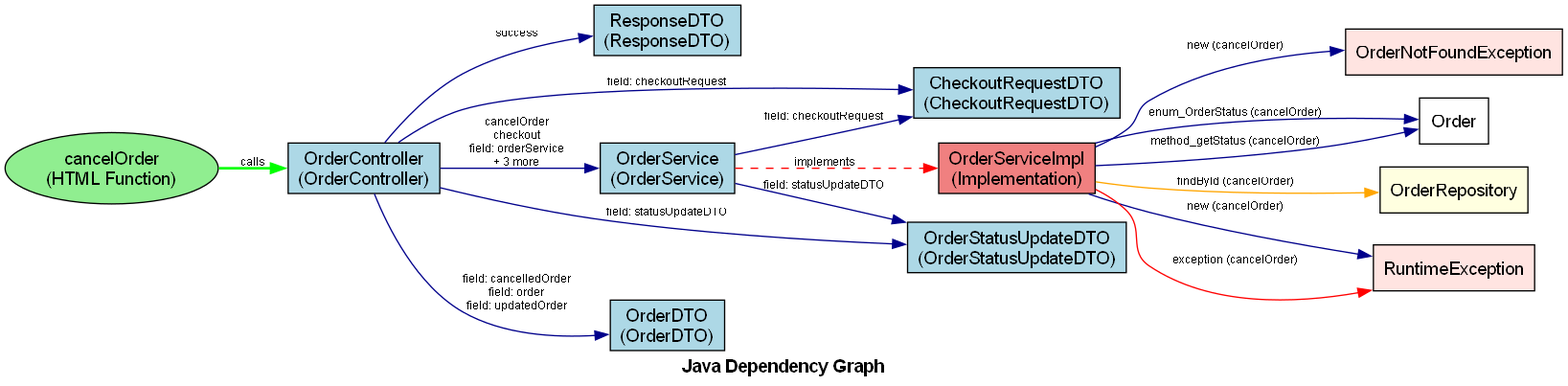
Earlier version of the Graphviz export dependencies.png (tudao164/DependGraphForJava2). Its source is kept beside it as dependencies.dot.
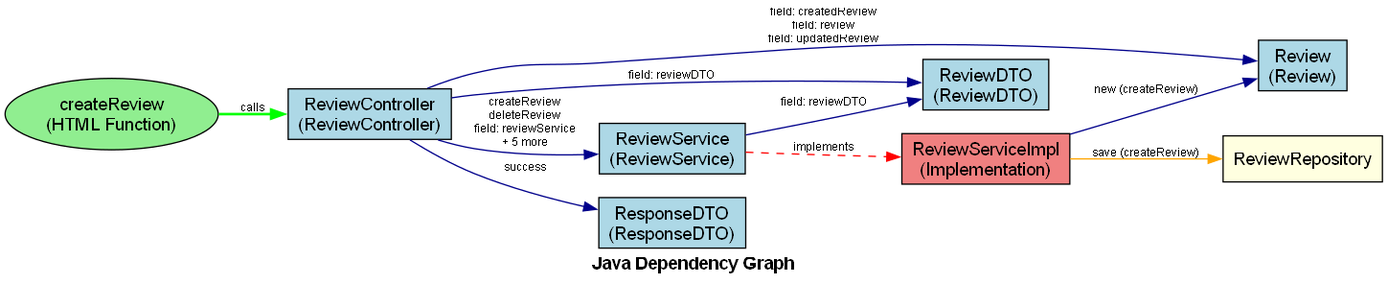
The same file after the commit.

The edit, as a diff of the source:
```diff
@@ -4,37 +4,25 @@
     edge [fontname="Arial", fontsize=9, color=darkblue];
     graph [fontname="Arial Bold", fontsize=14, label="Java Dependency Graph"];
 
-    "OrderController" [label="OrderController\n(OrderController)", URL="javascript:showNodeInfo('OrderController')", fillcolor="lightblue"];
+    "Review" [label="Review\n(Review)", URL="javascript:showNodeInfo('Review')", fillcolor="lightblue"];
+    "ReviewDTO" [label="ReviewDTO\n(ReviewDTO)", URL="javascript:showNodeInfo('ReviewDTO')", fillcolor="lightblue"];
+    "ReviewService" [label="ReviewService\n(ReviewService)", URL="javascript:showNodeInfo('ReviewService')", fillcolor="lightblue"];
     "ResponseDTO" [label="ResponseDTO\n(ResponseDTO)", URL="javascript:showNodeInfo('ResponseDTO')", fillcolor="lightblue"];
-    "OrderService" [label="OrderService\n(OrderService)", URL="javascript:showNodeInfo('OrderService')", fillcolor="lightblue"];
-    "CheckoutRequestDTO" [label="CheckoutRequestDTO\n(CheckoutRequestDTO)", URL="javascript:showNodeInfo('CheckoutRequestDTO')", fillcolor="lightblue"];
-    "OrderDTO" [label="OrderDTO\n(OrderDTO)", URL="javascript:showNodeInfo('OrderDTO')", fillcolor="lightblue"];
-    "OrderStatusUpdateDTO" [label="OrderStatusUpdateDTO\n(OrderStatusUpdateDTO)", URL="javascript:showNodeInfo('OrderStatusUpdateDTO')", fillcolor="lightblue"];
+    "ReviewController" [label="ReviewController\n(ReviewController)", URL="javascript:showNodeInfo('ReviewController')", fillcolor="lightblue"];
 
-    "OrderController" -> "ResponseDTO" [label="success", URL="javascript:showEdgeInfo('OrderController', 'ResponseDTO')"];
-    "OrderController" -> "OrderService" [label="cancelOrder\ncheckout\nfield: orderService\n+ 3 more", URL="javascript:showEdgeInfo('OrderController', 'OrderService')"];
-    "OrderController" -> "OrderDTO" [label="field: cancelledOrder\nfield: order\nfield: updatedOrder", URL="javascript:showEdgeInfo('OrderController', 'OrderDTO')"];
-    "OrderController" -> "CheckoutRequestDTO" [label="field: checkoutRequest", URL="javascript:showEdgeInfo('OrderController', 'CheckoutRequestDTO')"];
-    "OrderController" -> "OrderStatusUpdateDTO" [label="field: statusUpdateDTO", URL="javascript:showEdgeInfo('OrderController', 'OrderStatusUpdateDTO')"];
-    "OrderService" -> "CheckoutRequestDTO" [label="field: checkoutRequest", URL="javascript:showEdgeInfo('OrderService', 'CheckoutRequestDTO')"];
-    "OrderService" -> "OrderStatusUpdateDTO" [label="field: statusUpdateDTO", URL="javascript:showEdgeInfo('OrderService', 'OrderStatusUpdateDTO')"];
+    "ReviewController" -> "ResponseDTO" [label="success", URL="javascript:showEdgeInfo('ReviewController', 'ResponseDTO')"];
+    "ReviewController" -> "ReviewService" [label="createReview\ndeleteReview\nfield: reviewService\n+ 5 more", URL="javascript:showEdgeInfo('ReviewController', 'ReviewService')"];
+    "ReviewController" -> "Review" [label="field: createdReview\nfield: review\nfield: updatedReview", URL="javascript:showEdgeInfo('ReviewController', 'Review')"];
+    "ReviewController" -> "ReviewDTO" [label="field: reviewDTO", URL="javascript:showEdgeInfo('ReviewController', 'ReviewDTO')"];
+    "ReviewService" -> "ReviewDTO" [label="field: reviewDTO", URL="javascript:showEdgeInfo('ReviewService', 'ReviewDTO')"];
 
-    "OrderServiceImpl" [label="OrderServiceImpl\n(Implementation)", URL="javascript:showNodeInfo('OrderServiceImpl')", fillcolor="lightcoral", shape="box"];
-    "OrderService" -> "OrderServiceImpl" [label="implements", URL="javascript:showEdgeInfo('OrderService', 'OrderServiceImpl')", color="red", style="dashed"];
+    "ReviewServiceImpl" [label="ReviewServiceImpl\n(Implementation)", URL="javascript:showNodeInfo('ReviewServiceImpl')", fillcolor="lightcoral", shape="box"];
+    "ReviewService" -> "ReviewServiceImpl" [label="implements", URL="javascript:showEdgeInfo('ReviewService', 'ReviewServiceImpl')", color="red", style="dashed"];
 
-    "OrderNotFoundException" [label="OrderNotFoundException", URL="javascript:showNodeInfo('OrderNotFoundException')", fillcolor="mistyrose", shape="box"];
-    "OrderServiceImpl" -> "OrderNotFoundException" [label="new (cancelOrder)", URL="javascript:showEdgeInfo('OrderServiceImpl', 'OrderNotFoundException')"];
-    "Order" [label="Order", URL="javascript:showNodeInfo('Order')", fillcolor="white", shape="box"];
-    "OrderServiceImpl" -> "Order" [label="enum_OrderStatus (cancelOrder)", URL="javascript:showEdgeInfo('OrderServiceImpl', 'Order')"];
-    "OrderRepository" [label="OrderRepository", URL="javascript:showNodeInfo('OrderRepository')", fillcolor="lightyellow", shape="box"];
-    "OrderServiceImpl" -> "OrderRepository" [label="findById (cancelOrder)", URL="javascript:showEdgeInfo('OrderServiceImpl', 'OrderRepository')", color="orange"];
-    "Order" [label="Order", URL="javascript:showNodeInfo('Order')", fillcolor="white", shape="box"];
-    "OrderServiceImpl" -> "Order" [label="method_getStatus (cancelOrder)", URL="javascript:showEdgeInfo('OrderServiceImpl', 'Order')"];
-    "RuntimeException" [label="RuntimeException", URL="javascript:showNodeInfo('RuntimeException')", fillcolor="mistyrose", shape="box"];
-    "OrderServiceImpl" -> "RuntimeException" [label="new (cancelOrder)", URL="javascript:showEdgeInfo('OrderServiceImpl', 'RuntimeException')"];
-    "RuntimeException" [label="RuntimeException", URL="javascript:showNodeInfo('RuntimeException')", fillcolor="mistyrose", shape="box"];
-    "OrderServiceImpl" -> "RuntimeException" [label="exception (cancelOrder)", URL="javascript:showEdgeInfo('OrderServiceImpl', 'RuntimeException')", color="red"];
+    "ReviewServiceImpl" -> "Review" [label="new (createReview)", URL="javascript:showEdgeInfo('ReviewServiceImpl', 'Review')"];
+    "ReviewRepository" [label="ReviewRepository", URL="javascript:showNodeInfo('ReviewRepository')", fillcolor="lightyellow", shape="box"];
+    "ReviewServiceImpl" -> "ReviewRepository" [label="save (createReview)", URL="javascript:showEdgeInfo('ReviewServiceImpl', 'ReviewRepository')", color="orange"];
 
-    "HTML_cancelOrder" [label="cancelOrder\n(HTML Function)", URL="javascript:showNodeInfo('HTML_cancelOrder')", fillcolor="lightgreen", shape="ellipse"];
-    "HTML_cancelOrder" -> "OrderController" [label="calls", URL="javascript:showEdgeInfo('HTML_cancelOrder', 'OrderController')", color="green", style="bold"];
+    "HTML_createReview" [label="createReview\n(HTML Function)", URL="javascript:showNodeInfo('HTML_createReview')", fillcolor="lightgreen", shape="ellipse"];
+    "HTML_createReview" -> "ReviewController" [label="calls", URL="javascript:showEdgeInfo('HTML_createReview', 'ReviewController')", color="green", style="bold"];
 }
```
